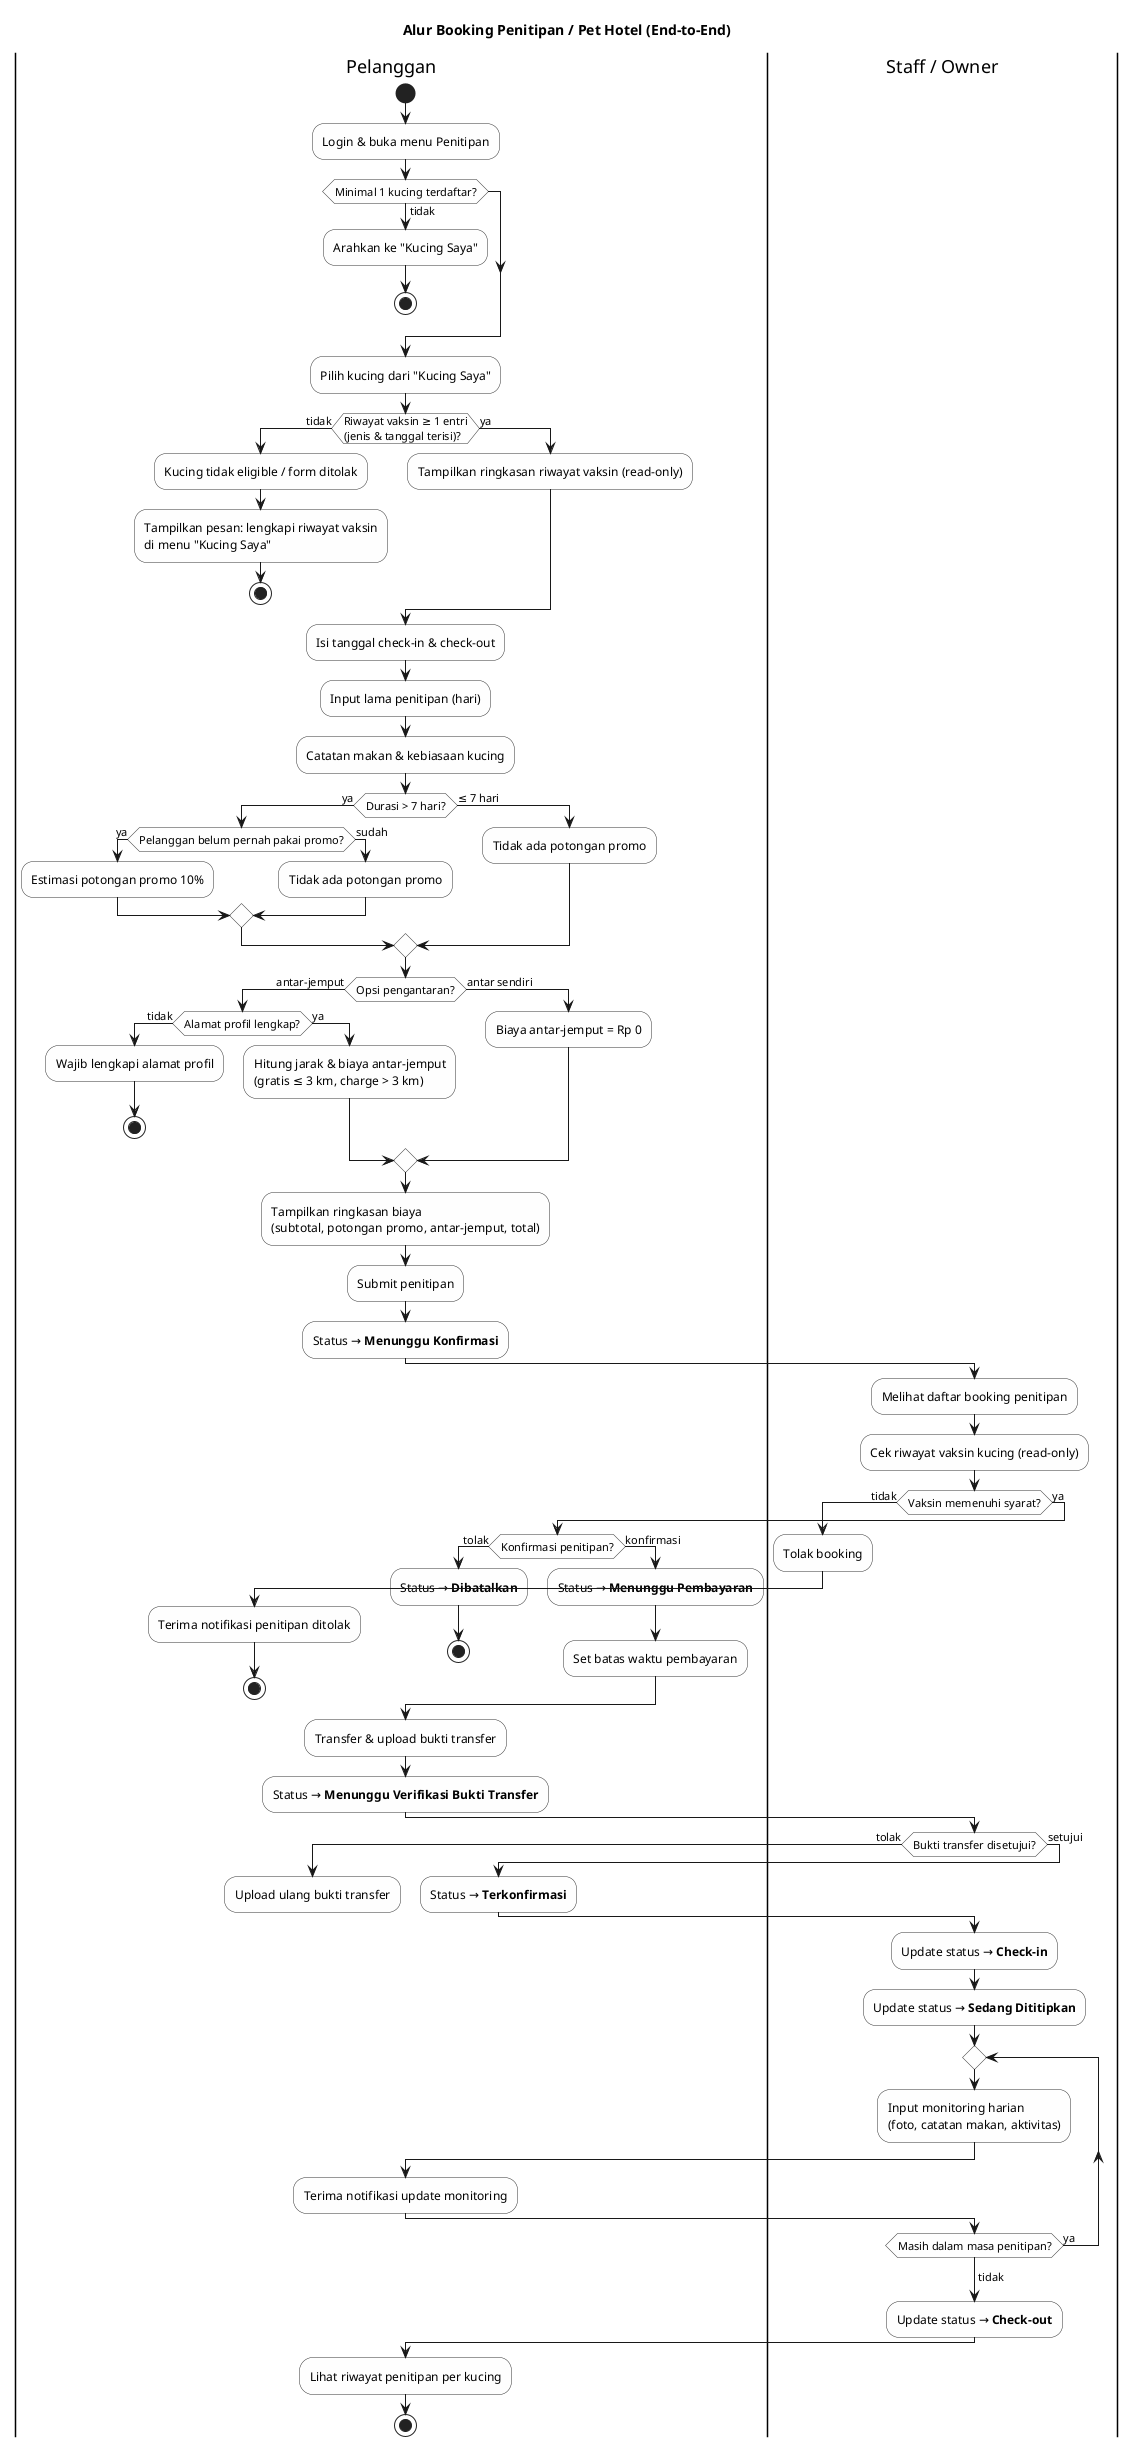
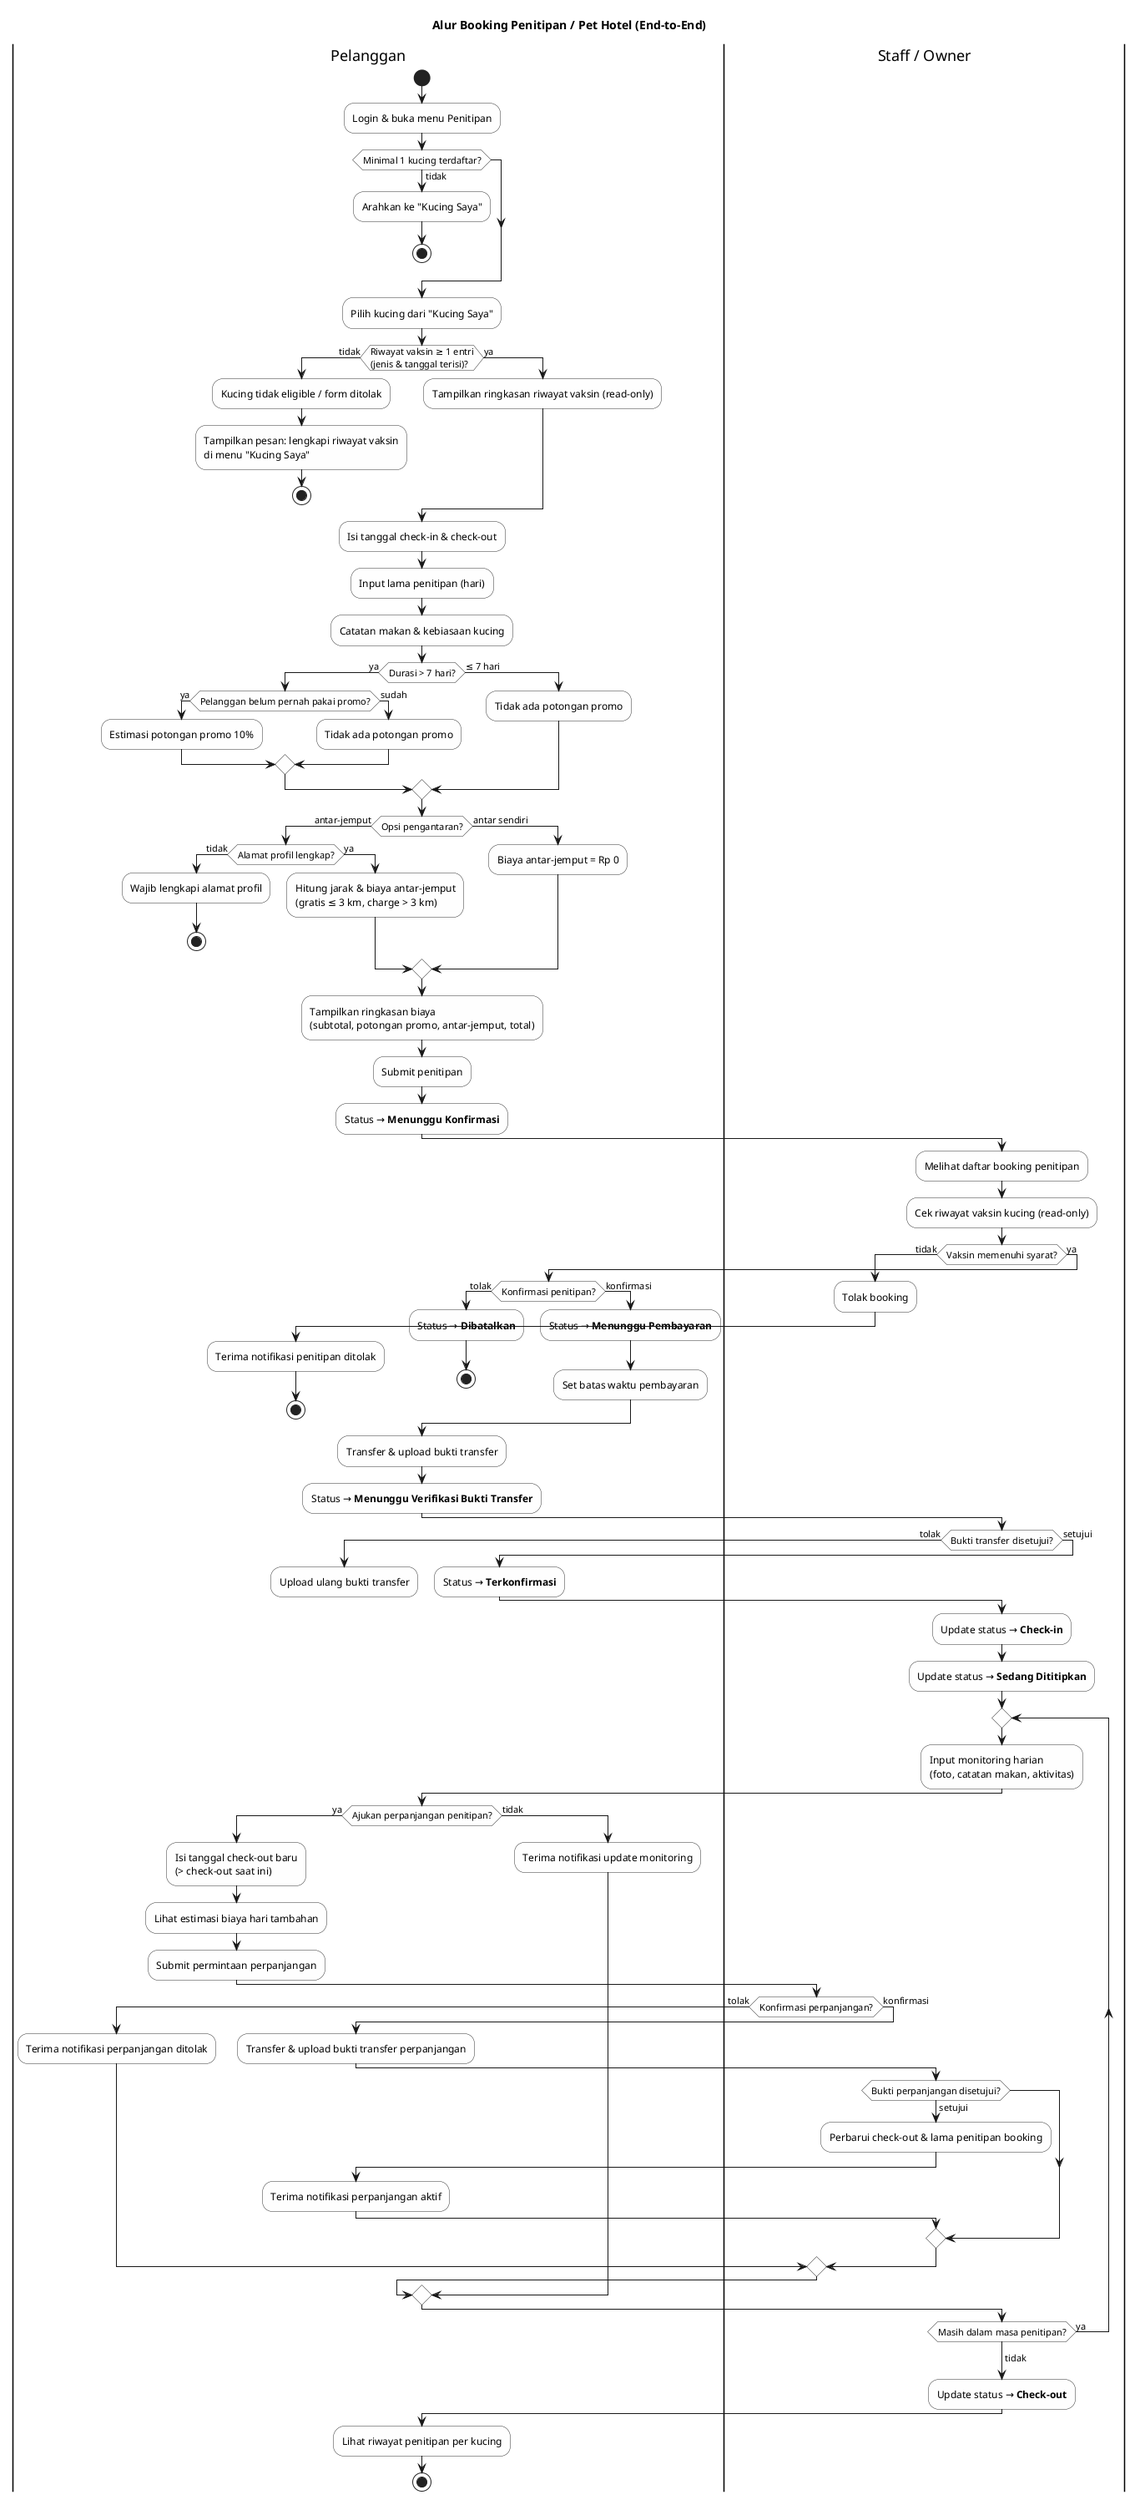
@startuml activity-booking-penitipan
skinparam activity {
  BackgroundColor #FEFEFE
  BorderColor #333333
}

title Alur Booking Penitipan / Pet Hotel (End-to-End)

|Pelanggan|
start
:Login & buka menu Penitipan;

if (Minimal 1 kucing terdaftar?) then (tidak)
  :Arahkan ke "Kucing Saya";
  stop
endif

:Pilih kucing dari "Kucing Saya";

if (Riwayat vaksin ≥ 1 entri\n(jenis & tanggal terisi)?) then (tidak)
  :Kucing tidak eligible / form ditolak;
  :Tampilkan pesan: lengkapi riwayat vaksin\ndi menu "Kucing Saya";
  stop
else (ya)
  :Tampilkan ringkasan riwayat vaksin (read-only);
endif

:Isi tanggal check-in & check-out;
:Input lama penitipan (hari);
:Catatan makan & kebiasaan kucing;

if (Durasi > 7 hari?) then (ya)
  if (Pelanggan belum pernah pakai promo?) then (ya)
    :Estimasi potongan promo 10%;
  else (sudah)
    :Tidak ada potongan promo;
  endif
else (≤ 7 hari)
  :Tidak ada potongan promo;
endif

if (Opsi pengantaran?) then (antar-jemput)
  if (Alamat profil lengkap?) then (tidak)
    :Wajib lengkapi alamat profil;
    stop
  else (ya)
    :Hitung jarak & biaya antar-jemput\n(gratis ≤ 3 km, charge > 3 km);
  endif
else (antar sendiri)
  :Biaya antar-jemput = Rp 0;
endif

:Tampilkan ringkasan biaya\n(subtotal, potongan promo, antar-jemput, total);
:Submit penitipan;
:Status → **Menunggu Konfirmasi**;

|Staff / Owner|
:Melihat daftar booking penitipan;
:Cek riwayat vaksin kucing (read-only);

if (Vaksin memenuhi syarat?) then (tidak)
  :Tolak booking;
  |Pelanggan|
  :Terima notifikasi penitipan ditolak;
  stop
else (ya)
  if (Konfirmasi penitipan?) then (tolak)
    :Status → **Dibatalkan**;
    stop
  else (konfirmasi)
    :Status → **Menunggu Pembayaran**;
    :Set batas waktu pembayaran;
  endif
endif

|Pelanggan|
:Transfer & upload bukti transfer;
:Status → **Menunggu Verifikasi Bukti Transfer**;

|Staff / Owner|
if (Bukti transfer disetujui?) then (tolak)
  |Pelanggan|
  :Upload ulang bukti transfer;
  detach
else (setujui)
  :Status → **Terkonfirmasi**;
endif

|Staff / Owner|
:Update status → **Check-in**;
:Update status → **Sedang Dititipkan**;

repeat
  :Input monitoring harian\n(foto, catatan makan, aktivitas);
  |Pelanggan|
-   :Terima notifikasi update monitoring;
+   if (Ajukan perpanjangan penitipan?) then (ya)
+     :Isi tanggal check-out baru\n(> check-out saat ini);
+     :Lihat estimasi biaya hari tambahan;
+     :Submit permintaan perpanjangan;
+     |Staff / Owner|
+     if (Konfirmasi perpanjangan?) then (tolak)
+       |Pelanggan|
+       :Terima notifikasi perpanjangan ditolak;
+     else (konfirmasi)
+       |Pelanggan|
+       :Transfer & upload bukti transfer perpanjangan;
+       |Staff / Owner|
+       if (Bukti perpanjangan disetujui?) then (setujui)
+         :Perbarui check-out & lama penitipan booking;
+         |Pelanggan|
+         :Terima notifikasi perpanjangan aktif;
+       endif
+     endif
+   else (tidak)
+     :Terima notifikasi update monitoring;
+   endif
  |Staff / Owner|
repeat while (Masih dalam masa penitipan?) is (ya)
->tidak;

:Update status → **Check-out**;
|Pelanggan|
:Lihat riwayat penitipan per kucing;

stop
@enduml
